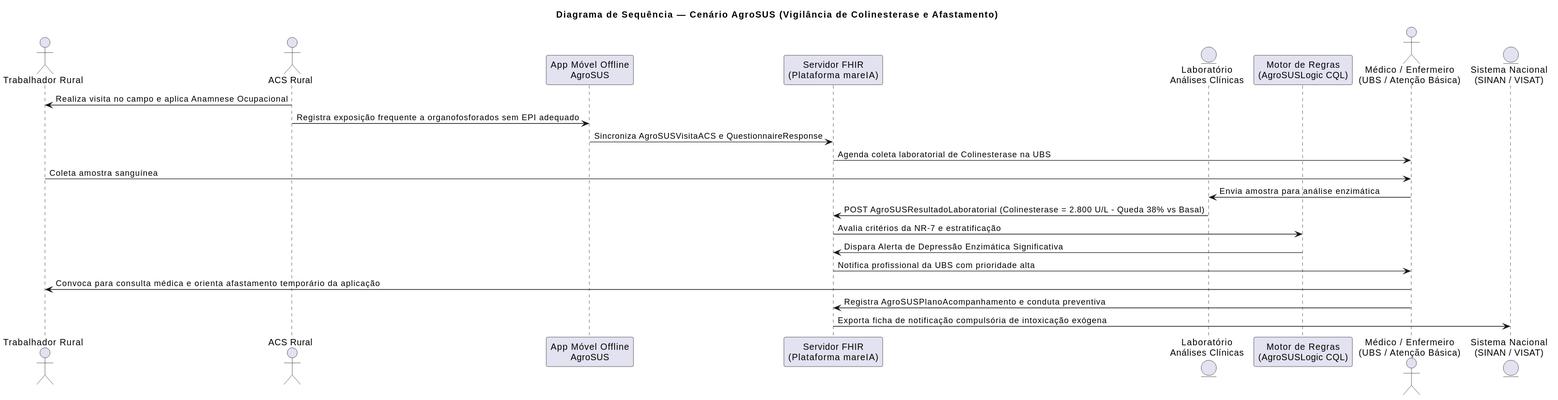
Above: input/images/scenario-sequence-agrosus.svg in brunovitorp/mareIA-ig (PlantUML), before the change. The source it was exported from:
```plantuml
@startuml
title Diagrama de Sequência — Cenário AgroSUS (Vigilância de Colinesterase e Afastamento)
skinparam shadowing false
skinparam defaultFontName Helvetica

actor "Trabalhador Rural" as Trabalhador
actor "ACS Rural" as ACS
participant "App Móvel Offline\nAgroSUS" as App
participant "Servidor FHIR\n(Plataforma mareIA)" as FHIR
entity "Laboratório\nAnálises Clínicas" as Lab
participant "Motor de Regras\n(AgroSUSLogic CQL)" as Engine
actor "Médico / Enfermeiro\n(UBS / Atenção Básica)" as UBS
entity "Sistema Nacional\n(SINAN / VISAT)" as SINAN

ACS -> Trabalhador: Realiza visita no campo e aplica Anamnese Ocupacional
ACS -> App: Registra exposição frequente a organofosforados sem EPI adequado
App -> FHIR: Sincroniza AgroSUSVisitaACS e QuestionnaireResponse
FHIR -> UBS: Agenda coleta laboratorial de Colinesterase na UBS
Trabalhador -> UBS: Coleta amostra sanguínea
UBS -> Lab: Envia amostra para análise enzimática
Lab -> FHIR: POST AgroSUSResultadoLaboratorial (Colinesterase = 2.800 U/L - Queda 38% vs Basal)
FHIR -> Engine: Avalia critérios da NR-7 e estratificação
Engine -> FHIR: Dispara Alerta de Depressão Enzimática Significativa
FHIR -> UBS: Notifica profissional da UBS com prioridade alta
UBS -> Trabalhador: Convoca para consulta médica e orienta afastamento temporário da aplicação
UBS -> FHIR: Registra AgroSUSPlanoAcompanhamento e conduta preventiva
FHIR -> SINAN: Exporta ficha de notificação compulsória de intoxicação exógena
@enduml
```
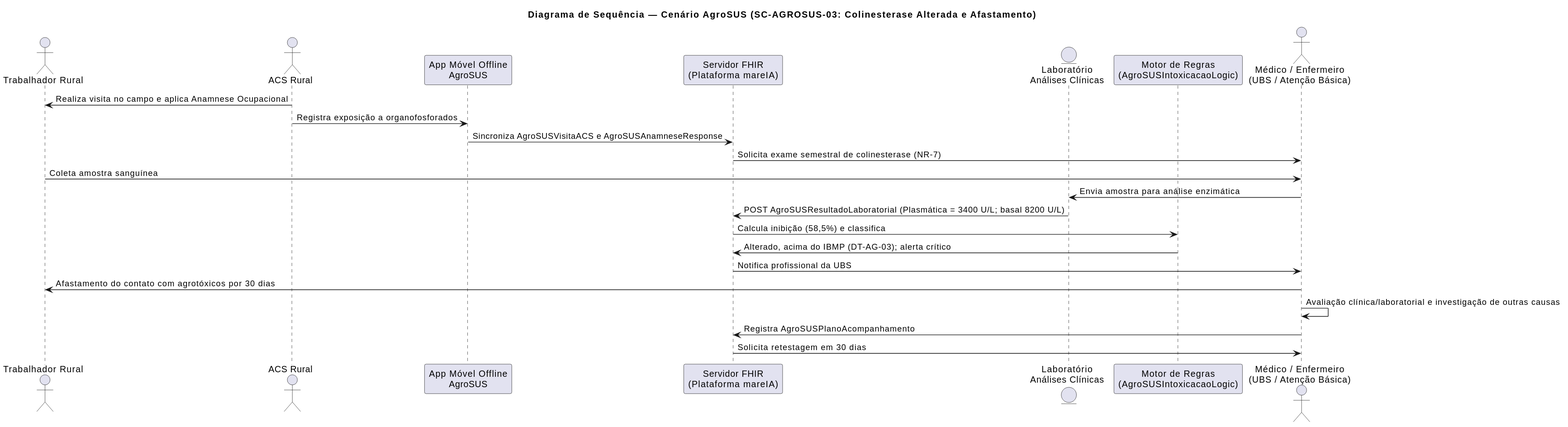
Above is the later version.

What changed in the source:
```diff
@@ -1,5 +1,5 @@
 @startuml
-title Diagrama de Sequência — Cenário AgroSUS (Vigilância de Colinesterase e Afastamento)
+title Diagrama de Sequência — Cenário AgroSUS (SC-AGROSUS-03: Colinesterase Alterada e Afastamento)
 skinparam shadowing false
 skinparam defaultFontName Helvetica
 
@@ -8,21 +8,21 @@
 participant "App Móvel Offline\nAgroSUS" as App
 participant "Servidor FHIR\n(Plataforma mareIA)" as FHIR
 entity "Laboratório\nAnálises Clínicas" as Lab
-participant "Motor de Regras\n(AgroSUSLogic CQL)" as Engine
+participant "Motor de Regras\n(AgroSUSIntoxicacaoLogic)" as Engine
 actor "Médico / Enfermeiro\n(UBS / Atenção Básica)" as UBS
-entity "Sistema Nacional\n(SINAN / VISAT)" as SINAN
 
 ACS -> Trabalhador: Realiza visita no campo e aplica Anamnese Ocupacional
-ACS -> App: Registra exposição frequente a organofosforados sem EPI adequado
-App -> FHIR: Sincroniza AgroSUSVisitaACS e QuestionnaireResponse
-FHIR -> UBS: Agenda coleta laboratorial de Colinesterase na UBS
+ACS -> App: Registra exposição a organofosforados
+App -> FHIR: Sincroniza AgroSUSVisitaACS e AgroSUSAnamneseResponse
+FHIR -> UBS: Solicita exame semestral de colinesterase (NR-7)
 Trabalhador -> UBS: Coleta amostra sanguínea
 UBS -> Lab: Envia amostra para análise enzimática
-Lab -> FHIR: POST AgroSUSResultadoLaboratorial (Colinesterase = 2.800 U/L - Queda 38% vs Basal)
-FHIR -> Engine: Avalia critérios da NR-7 e estratificação
-Engine -> FHIR: Dispara Alerta de Depressão Enzimática Significativa
-FHIR -> UBS: Notifica profissional da UBS com prioridade alta
-UBS -> Trabalhador: Convoca para consulta médica e orienta afastamento temporário da aplicação
-UBS -> FHIR: Registra AgroSUSPlanoAcompanhamento e conduta preventiva
-FHIR -> SINAN: Exporta ficha de notificação compulsória de intoxicação exógena
+Lab -> FHIR: POST AgroSUSResultadoLaboratorial (Plasmática = 3400 U/L; basal 8200 U/L)
+FHIR -> Engine: Calcula inibição (58,5%) e classifica
+Engine -> FHIR: Alterado, acima do IBMP (DT-AG-03); alerta crítico
+FHIR -> UBS: Notifica profissional da UBS
+UBS -> Trabalhador: Afastamento do contato com agrotóxicos por 30 dias
+UBS -> UBS: Avaliação clínica/laboratorial e investigação de outras causas
+UBS -> FHIR: Registra AgroSUSPlanoAcompanhamento
+FHIR -> UBS: Solicita retestagem em 30 dias
 @enduml
```
